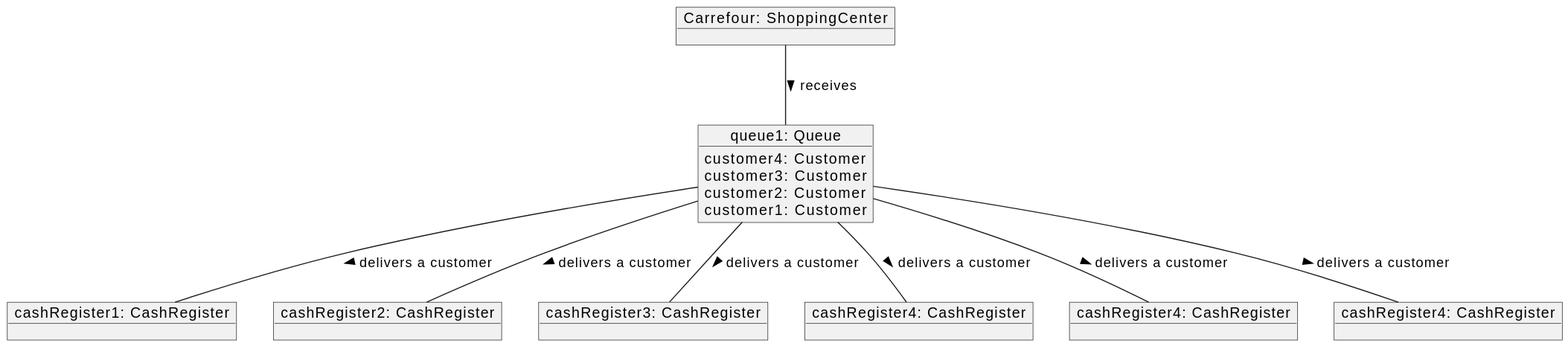
Earlier version of the PlantUML export images/modelosUML/diagramaObjetos.svg (mmasias/23-24-IdSw2-SDD). Source of this version:
```plantuml
@startuml
object "Carrefour: ShoppingCenter" as sc

object "queue1: Queue" as queue {
    customer4: Customer
    customer3: Customer
    customer2: Customer
    customer1: Customer
}

sc -- queue:> receives

object "cashRegister1: CashRegister" as cr1
object "cashRegister2: CashRegister" as cr2
object "cashRegister3: CashRegister" as cr3
object "cashRegister4: CashRegister" as cr4
object "cashRegister4: CashRegister" as cr5
object "cashRegister4: CashRegister" as cr6

queue -- cr1:> delivers a customer
queue -- cr2:> delivers a customer
queue -- cr3:> delivers a customer
queue -- cr4:> delivers a customer
queue -- cr5:> delivers a customer
queue -- cr6:> delivers a customer
@enduml
```
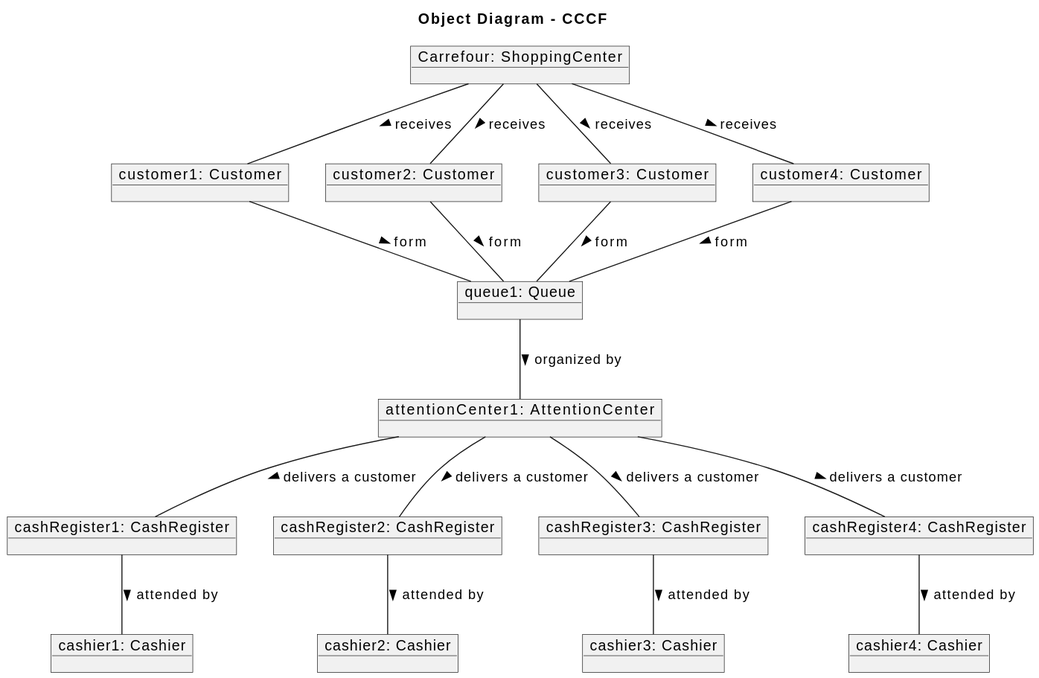
Later version of the same file.

Commit message:
diagrama de objetos mejorado y md

What changed in the source:
```diff
@@ -1,26 +1,46 @@
 @startuml
+title Object Diagram - CCCF
+
 object "Carrefour: ShoppingCenter" as sc
 
-object "queue1: Queue" as queue {
-    customer4: Customer
-    customer3: Customer
-    customer2: Customer
-    customer1: Customer
-}
+object "customer1: Customer" as cus1
+object "customer2: Customer" as cus2
+object "customer3: Customer" as cus3
+object "customer4: Customer" as cus4
 
-sc -- queue:> receives
+sc -- cus1:> receives
+sc -- cus2:> receives
+sc -- cus3:> receives
+sc -- cus4:> receives
+
+object "queue1: Queue" as que
+
+cus1 -- que:> form
+cus2 -- que:> form
+cus3 -- que:> form
+cus4 -- que:> form
+
+object "attentionCenter1: AttentionCenter" as ac
+
+que -- ac:> organized by
 
 object "cashRegister1: CashRegister" as cr1
 object "cashRegister2: CashRegister" as cr2
 object "cashRegister3: CashRegister" as cr3
 object "cashRegister4: CashRegister" as cr4
-object "cashRegister4: CashRegister" as cr5
-object "cashRegister4: CashRegister" as cr6
 
-queue -- cr1:> delivers a customer
-queue -- cr2:> delivers a customer
-queue -- cr3:> delivers a customer
-queue -- cr4:> delivers a customer
-queue -- cr5:> delivers a customer
-queue -- cr6:> delivers a customer
+ac -- cr1:> delivers a customer
+ac -- cr2:> delivers a customer
+ac -- cr3:> delivers a customer
+ac -- cr4:> delivers a customer
+
+object "cashier1: Cashier" as c1
+object "cashier2: Cashier" as c2
+object "cashier3: Cashier" as c3
+object "cashier4: Cashier" as c4
+
+cr1-- c1:> attended by
+cr2-- c2:> attended by
+cr3-- c3:> attended by
+cr4-- c4:> attended by
 @enduml
```
